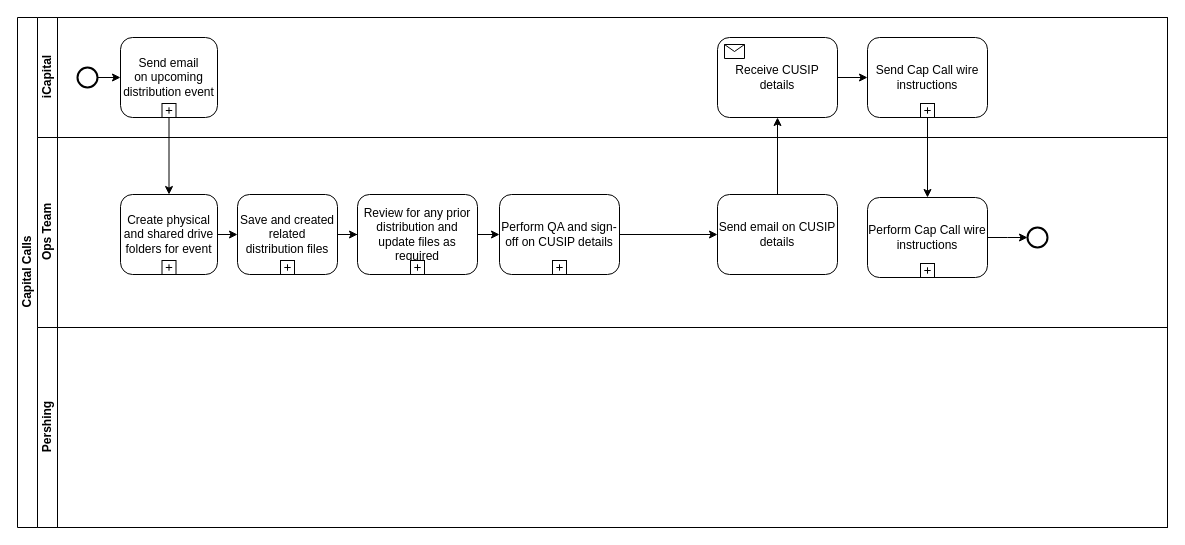
yvetuy/diagrams keeps this draw.io diagram as distributions.drawio. Above is the earlier version. Source tidied: cells renumbered, new cells numbered last; positions are measured from the earlier drawing's top-left corner, leaving out a move shared by most shapes. Both pictures are drawn from the tidied source at 100%, with x=0, y=0 at pixel (17, 17).
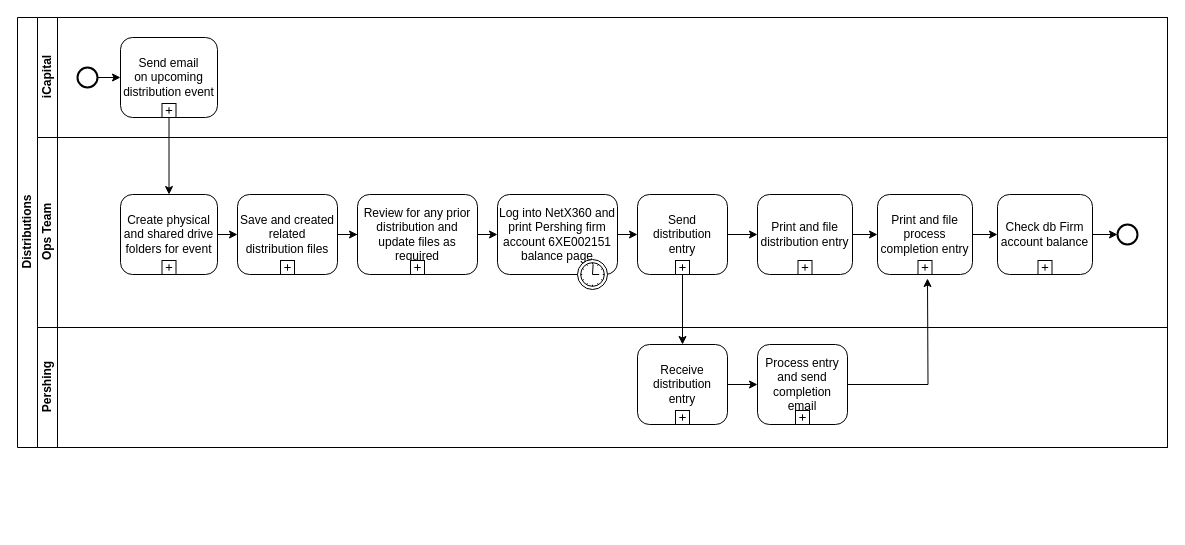
The same diagram, later.

The change refers to these unchanged cells:
```xml
<mxCell id="3" value="iCapital" style="swimlane;html=1;startSize=20;horizontal=0;" parent="2" vertex="1">
  <mxGeometry x="20" width="1130" height="120" as="geometry" />
</mxCell>
<mxCell id="13" value="Ops Team" style="swimlane;html=1;startSize=20;horizontal=0;" parent="2" vertex="1">
  <mxGeometry x="20" y="120" width="1130" height="190" as="geometry" />
</mxCell>
<mxCell id="29" value="Review for any prior distribution and update files as required" style="html=1;whiteSpace=wrap;rounded=1;" parent="13" vertex="1">
  <mxGeometry x="320" y="57" width="120" height="80" as="geometry" />
</mxCell>
```

The edit, as a diff of the source:
```diff
@@
-    <mxCell id="2" value="Capital Calls" style="swimlane;html=1;horizontal=0;startSize=20;" parent="1" vertex="1">
-      <mxGeometry width="1150" height="510" as="geometry" />
+    <mxCell id="2" value="Distributions" style="swimlane;html=1;horizontal=0;startSize=20;" parent="1" vertex="1">
+      <mxGeometry width="1150" height="430" as="geometry" />
     </mxCell>
@@
-    <mxCell id="8" style="edgeStyle=orthogonalEdgeStyle;rounded=0;jettySize=auto;html=1;" parent="3" edge="1" source="9" target="11">
-      <mxGeometry relative="1" as="geometry" />
-    </mxCell>
-    <mxCell id="9" value="Receive CUSIP details" style="html=1;whiteSpace=wrap;rounded=1;" parent="3" vertex="1">
-      <mxGeometry x="680" y="20" width="120" height="80" as="geometry" />
-    </mxCell>
-    <mxCell id="10" style="html=1;shape=message;" parent="9" vertex="1">
-      <mxGeometry width="20" height="14" relative="1" as="geometry">
-        <mxPoint x="7" y="7" as="offset" />
-      </mxGeometry>
-    </mxCell>
-    <mxCell id="11" value="Send&amp;nbsp;Cap Call wire instructions" style="html=1;whiteSpace=wrap;rounded=1;" parent="3" vertex="1">
-      <mxGeometry x="830" y="20" width="120" height="80" as="geometry" />
-    </mxCell>
-    <mxCell id="12" style="html=1;shape=plus;outlineConnect=0;" parent="11" vertex="1">
-      <mxGeometry x="0.5" y="1" width="14" height="14" relative="1" as="geometry">
-        <mxPoint x="-7" y="-14" as="offset" />
-      </mxGeometry>
-    </mxCell>
@@
-    <mxCell id="14" style="edgeStyle=orthogonalEdgeStyle;rounded=0;jettySize=auto;html=1;entryX=0;entryY=0.5;entryDx=0;entryDy=0;" parent="13" edge="1" source="16" target="22">
-      <mxGeometry relative="1" as="geometry" />
-    </mxCell>
@@
-    <mxCell id="16" value="Perform QA and sign-off on CUSIP details" style="html=1;whiteSpace=wrap;rounded=1;" parent="13" vertex="1">
-      <mxGeometry x="462" y="57" width="120" height="80" as="geometry" />
-    </mxCell>
-    <mxCell id="17" style="html=1;shape=plus;" parent="16" vertex="1">
-      <mxGeometry x="0.5" y="1" width="14" height="14" relative="1" as="geometry">
-        <mxPoint x="-7" y="-14" as="offset" />
-      </mxGeometry>
-    </mxCell>
+    <mxCell id="35" style="edgeStyle=orthogonalEdgeStyle;rounded=0;jettySize=auto;html=1;exitX=1;exitY=0.5;exitDx=0;exitDy=0;entryX=0;entryY=0.5;entryDx=0;entryDy=0;" parent="13" edge="1" source="37" target="16">
+      <mxGeometry relative="1" as="geometry" />
+    </mxCell>
+    <mxCell id="36" style="edgeStyle=orthogonalEdgeStyle;rounded=0;jettySize=auto;html=1;" parent="13" edge="1" source="25" target="42">
+      <mxGeometry relative="1" as="geometry" />
+    </mxCell>
+    <mxCell id="25" value="Print and file distribution entry" style="html=1;whiteSpace=wrap;rounded=1;" parent="13" vertex="1">
+      <mxGeometry x="720" y="57" width="95" height="80" as="geometry" />
+    </mxCell>
+    <mxCell id="26" style="html=1;shape=plus;" parent="25" vertex="1">
+      <mxGeometry x="0.5" y="1" width="14" height="14" relative="1" as="geometry">
+        <mxPoint x="-7" y="-14" as="offset" />
+      </mxGeometry>
+    </mxCell>
+    <mxCell id="37" value="Log into NetX360 and print Pershing firm account 6XE002151 balance page" style="html=1;whiteSpace=wrap;rounded=1;" parent="13" vertex="1">
+      <mxGeometry x="460" y="57" width="120" height="80" as="geometry" />
+    </mxCell>
+    <mxCell id="38" style="shape=mxgraph.bpmn.timer_start;perimeter=ellipsePerimeter;html=1;verticalLabelPosition=bottom;labelBackgroundColor=#ffffff;verticalAlign=top;" parent="37" vertex="1">
+      <mxGeometry x="1" y="1" width="30" height="30" relative="1" as="geometry">
+        <mxPoint x="-40" y="-15" as="offset" />
+      </mxGeometry>
+    </mxCell>
@@
-    <mxCell id="21" style="edgeStyle=orthogonalEdgeStyle;rounded=0;jettySize=auto;html=1;" parent="13" edge="1" source="29" target="16">
-      <mxGeometry relative="1" as="geometry" />
-    </mxCell>
-    <mxCell id="22" value="Send email on CUSIP details" style="shape=ext;rounded=1;html=1;whiteSpace=wrap;" parent="13" vertex="1">
-      <mxGeometry x="680" y="57" width="120" height="80" as="geometry" />
-    </mxCell>
-    <mxCell id="23" style="strokeWidth=2;html=1;shape=mxgraph.flowchart.start_2;whiteSpace=wrap;" parent="13" vertex="1">
-      <mxGeometry x="990" y="90" width="20" height="20" as="geometry" />
-    </mxCell>
-    <mxCell id="24" style="edgeStyle=orthogonalEdgeStyle;rounded=0;jettySize=auto;html=1;" parent="13" edge="1" source="25">
-      <mxGeometry relative="1" as="geometry">
-        <mxPoint x="990" y="100" as="targetPoint" />
-      </mxGeometry>
-    </mxCell>
-    <mxCell id="25" value="Perform Cap Call wire instructions" style="html=1;whiteSpace=wrap;rounded=1;" parent="13" vertex="1">
-      <mxGeometry x="830" y="60" width="120" height="80" as="geometry" />
-    </mxCell>
-    <mxCell id="26" style="html=1;shape=plus;" parent="25" vertex="1">
-      <mxGeometry x="0.5" y="1" width="14" height="14" relative="1" as="geometry">
-        <mxPoint x="-7" y="-14" as="offset" />
-      </mxGeometry>
-    </mxCell>
@@
+    <mxCell id="39" style="edgeStyle=orthogonalEdgeStyle;rounded=0;jettySize=auto;html=1;exitX=1;exitY=0.5;exitDx=0;exitDy=0;entryX=0;entryY=0.5;entryDx=0;entryDy=0;" parent="13" edge="1" source="29" target="37">
+      <mxGeometry relative="1" as="geometry" />
+    </mxCell>
@@
+    <mxCell id="40" style="edgeStyle=orthogonalEdgeStyle;rounded=0;jettySize=auto;html=1;exitX=1;exitY=0.5;exitDx=0;exitDy=0;entryX=0;entryY=0.5;entryDx=0;entryDy=0;" parent="13" edge="1" source="16" target="25">
+      <mxGeometry relative="1" as="geometry" />
+    </mxCell>
+    <mxCell id="16" value="Send distribution entry" style="html=1;whiteSpace=wrap;rounded=1;" parent="13" vertex="1">
+      <mxGeometry x="600" y="57" width="90" height="80" as="geometry" />
+    </mxCell>
+    <mxCell id="17" style="html=1;shape=plus;" parent="16" vertex="1">
+      <mxGeometry x="0.5" y="1" width="14" height="14" relative="1" as="geometry">
+        <mxPoint x="-7" y="-14" as="offset" />
+      </mxGeometry>
+    </mxCell>
+    <mxCell id="23" style="strokeWidth=2;html=1;shape=mxgraph.flowchart.start_2;whiteSpace=wrap;" parent="13" vertex="1">
+      <mxGeometry x="1080" y="87" width="20" height="20" as="geometry" />
+    </mxCell>
+    <mxCell id="41" style="edgeStyle=orthogonalEdgeStyle;rounded=0;jettySize=auto;html=1;" parent="13" edge="1" source="42" target="45">
+      <mxGeometry relative="1" as="geometry" />
+    </mxCell>
+    <mxCell id="42" value="Print and file process completion entry" style="html=1;whiteSpace=wrap;rounded=1;" parent="13" vertex="1">
+      <mxGeometry x="840" y="57" width="95" height="80" as="geometry" />
+    </mxCell>
+    <mxCell id="43" style="html=1;shape=plus;" parent="42" vertex="1">
+      <mxGeometry x="0.5" y="1" width="14" height="14" relative="1" as="geometry">
+        <mxPoint x="-7" y="-14" as="offset" />
+      </mxGeometry>
+    </mxCell>
+    <mxCell id="44" style="edgeStyle=orthogonalEdgeStyle;rounded=0;jettySize=auto;html=1;exitX=1;exitY=0.5;exitDx=0;exitDy=0;entryX=0;entryY=0.5;entryDx=0;entryDy=0;entryPerimeter=0;" parent="13" edge="1" source="45" target="23">
+      <mxGeometry relative="1" as="geometry" />
+    </mxCell>
+    <mxCell id="45" value="Check db Firm account balance" style="html=1;whiteSpace=wrap;rounded=1;" parent="13" vertex="1">
+      <mxGeometry x="960" y="57" width="95" height="80" as="geometry" />
+    </mxCell>
+    <mxCell id="46" style="html=1;shape=plus;" parent="45" vertex="1">
+      <mxGeometry x="0.5" y="1" width="14" height="14" relative="1" as="geometry">
+        <mxPoint x="-7" y="-14" as="offset" />
+      </mxGeometry>
+    </mxCell>
     <mxCell id="31" value="Pershing" style="swimlane;html=1;startSize=20;horizontal=0;" parent="2" vertex="1">
-      <mxGeometry x="20" y="310" width="1130" height="200" as="geometry" />
+      <mxGeometry x="20" y="310" width="1130" height="120" as="geometry" />
     </mxCell>
+    <mxCell id="47" style="edgeStyle=orthogonalEdgeStyle;rounded=0;jettySize=auto;html=1;" parent="31" edge="1" source="48" target="50">
+      <mxGeometry relative="1" as="geometry" />
+    </mxCell>
+    <mxCell id="48" value="Receive distribution entry" style="html=1;whiteSpace=wrap;rounded=1;" parent="31" vertex="1">
+      <mxGeometry x="600" y="17" width="90" height="80" as="geometry" />
+    </mxCell>
+    <mxCell id="49" style="html=1;shape=plus;" parent="48" vertex="1">
+      <mxGeometry x="0.5" y="1" width="14" height="14" relative="1" as="geometry">
+        <mxPoint x="-7" y="-14" as="offset" />
+      </mxGeometry>
+    </mxCell>
+    <mxCell id="50" value="Process entry and send completion email" style="html=1;whiteSpace=wrap;rounded=1;" parent="31" vertex="1">
+      <mxGeometry x="720" y="17" width="90" height="80" as="geometry" />
+    </mxCell>
+    <mxCell id="51" style="html=1;shape=plus;" parent="50" vertex="1">
+      <mxGeometry x="0.5" y="1" width="14" height="14" relative="1" as="geometry">
+        <mxPoint x="-7" y="-14" as="offset" />
+      </mxGeometry>
+    </mxCell>
@@
-    <mxCell id="33" style="edgeStyle=orthogonalEdgeStyle;rounded=0;jettySize=auto;html=1;" parent="2" edge="1" source="22" target="9">
-      <mxGeometry relative="1" as="geometry" />
-    </mxCell>
-    <mxCell id="34" style="edgeStyle=orthogonalEdgeStyle;rounded=0;jettySize=auto;html=1;" parent="2" edge="1" source="12" target="25">
-      <mxGeometry relative="1" as="geometry" />
-    </mxCell>
+    <mxCell id="52" style="edgeStyle=orthogonalEdgeStyle;rounded=0;jettySize=auto;html=1;" parent="2" edge="1" source="16" target="48">
+      <mxGeometry relative="1" as="geometry" />
+    </mxCell>
+    <mxCell id="53" style="edgeStyle=orthogonalEdgeStyle;rounded=0;jettySize=auto;html=1;exitX=1;exitY=0.5;exitDx=0;exitDy=0;" parent="1" edge="1" source="50">
+      <mxGeometry relative="1" as="geometry">
+        <mxPoint x="910" y="261" as="targetPoint" />
+      </mxGeometry>
+    </mxCell>
```
